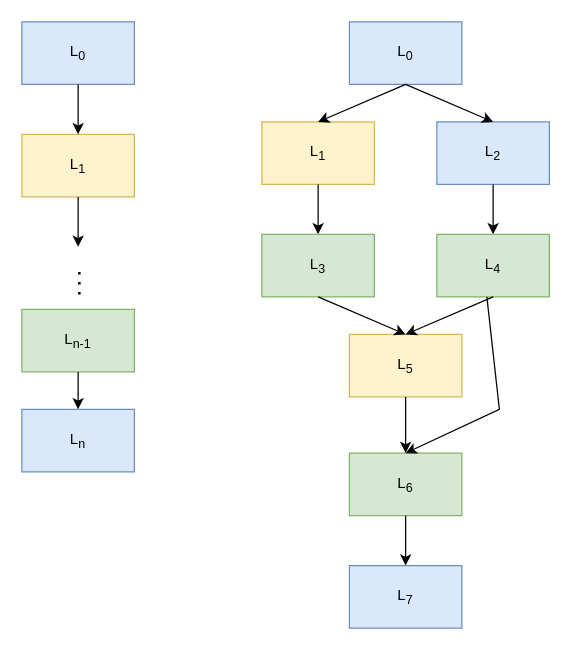
Before: page "Page-3" (3 of 8) of paper/seminar.drawio in duclos-cavalcanti/tum-msei-seminar, a draw.io diagram. Source tidied: cells renumbered, new cells numbered last; positions are measured from the earlier drawing's top-left corner, leaving out a move shared by most shapes. Both pictures are drawn from the tidied source at 125%, with x=0, y=0 at pixel (21, 21).
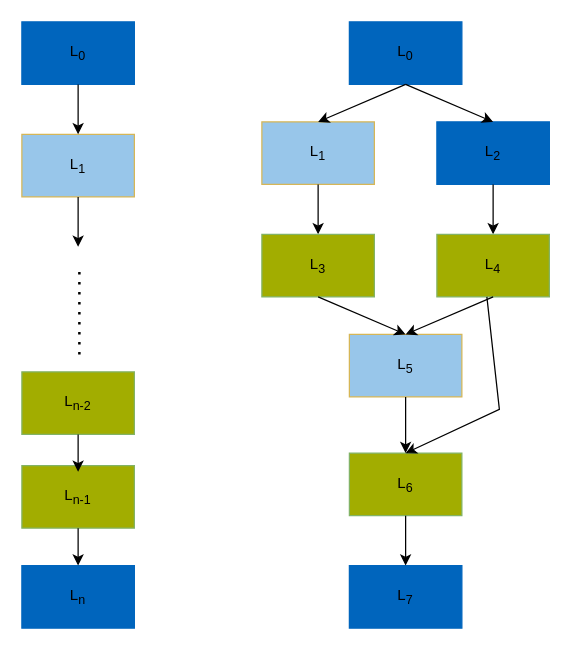
The same diagram, later.

The edit, as a diff of the source:
```diff
@@
-    <mxCell id="2" value="L&lt;sub&gt;0&lt;/sub&gt;" style="rounded=0;whiteSpace=wrap;html=1;fillColor=#dae8fc;strokeColor=#6c8ebf;" parent="1" vertex="1">
+    <mxCell id="2" value="L&lt;sub&gt;0&lt;/sub&gt;" style="rounded=0;whiteSpace=wrap;html=1;fillColor=#0065BD;strokeColor=#0065BD;" parent="1" vertex="1">
       <mxGeometry width="90" height="50" as="geometry" />
     </mxCell>
-    <mxCell id="3" value="L&lt;sub&gt;1&lt;/sub&gt;" style="rounded=0;whiteSpace=wrap;html=1;fillColor=#fff2cc;strokeColor=#d6b656;" parent="1" vertex="1">
+    <mxCell id="3" value="L&lt;sub&gt;1&lt;/sub&gt;" style="rounded=0;whiteSpace=wrap;html=1;fillColor=#98c6ea;strokeColor=#d6b656;" parent="1" vertex="1">
       <mxGeometry y="90" width="90" height="50" as="geometry" />
     </mxCell>
-    <mxCell id="4" value="L&lt;sub&gt;n-1&lt;/sub&gt;" style="rounded=0;whiteSpace=wrap;html=1;fillColor=#d5e8d4;strokeColor=#82b366;" parent="1" vertex="1">
-      <mxGeometry y="230" width="90" height="50" as="geometry" />
+    <mxCell id="4" value="L&lt;sub&gt;n-1&lt;/sub&gt;" style="rounded=0;whiteSpace=wrap;html=1;fillColor=#a2ad00;strokeColor=#82b366;" parent="1" vertex="1">
+      <mxGeometry y="355" width="90" height="50" as="geometry" />
     </mxCell>
-    <mxCell id="5" value="L&lt;sub&gt;n&lt;/sub&gt;" style="rounded=0;whiteSpace=wrap;html=1;fillColor=#dae8fc;strokeColor=#6c8ebf;" parent="1" vertex="1">
-      <mxGeometry y="310" width="90" height="50" as="geometry" />
+    <mxCell id="5" value="L&lt;sub&gt;n&lt;/sub&gt;" style="rounded=0;whiteSpace=wrap;html=1;fillColor=#0065BD;strokeColor=#0065BD;" parent="1" vertex="1">
+      <mxGeometry y="435" width="90" height="50" as="geometry" />
     </mxCell>
@@
     <mxCell id="9" style="endArrow=none;dashed=1;html=1;dashPattern=1 3;strokeWidth=2;rounded=0;" parent="1" edge="1">
       <mxGeometry relative="1" as="geometry">
         <mxPoint x="46" y="200" as="sourcePoint" />
-        <mxPoint x="46" y="220" as="targetPoint" />
+        <mxPoint x="46" y="270" as="targetPoint" />
       </mxGeometry>
     </mxCell>
-    <mxCell id="10" value="L&lt;sub&gt;0&lt;/sub&gt;" style="rounded=0;whiteSpace=wrap;html=1;fillColor=#dae8fc;strokeColor=#6c8ebf;" parent="1" vertex="1">
+    <mxCell id="10" value="L&lt;sub&gt;0&lt;/sub&gt;" style="rounded=0;whiteSpace=wrap;html=1;fillColor=#0065BD;strokeColor=#0065BD;" parent="1" vertex="1">
       <mxGeometry x="262" width="90" height="50" as="geometry" />
     </mxCell>
-    <mxCell id="11" value="L&lt;sub&gt;1&lt;/sub&gt;" style="rounded=0;whiteSpace=wrap;html=1;fillColor=#fff2cc;strokeColor=#d6b656;" parent="1" vertex="1">
+    <mxCell id="11" value="L&lt;sub&gt;1&lt;/sub&gt;" style="rounded=0;whiteSpace=wrap;html=1;fillColor=#98c6ea;strokeColor=#d6b656;" parent="1" vertex="1">
       <mxGeometry x="192" y="80" width="90" height="50" as="geometry" />
     </mxCell>
-    <mxCell id="12" value="L&lt;sub&gt;6&lt;/sub&gt;" style="rounded=0;whiteSpace=wrap;html=1;fillColor=#d5e8d4;strokeColor=#82b366;" parent="1" vertex="1">
+    <mxCell id="12" value="L&lt;sub&gt;6&lt;/sub&gt;" style="rounded=0;whiteSpace=wrap;html=1;fillColor=#a2ad00;strokeColor=#82b366;" parent="1" vertex="1">
       <mxGeometry x="262" y="345" width="90" height="50" as="geometry" />
     </mxCell>
-    <mxCell id="13" value="L&lt;sub&gt;7&lt;/sub&gt;" style="rounded=0;whiteSpace=wrap;html=1;fillColor=#dae8fc;strokeColor=#6c8ebf;" parent="1" vertex="1">
+    <mxCell id="13" value="L&lt;sub&gt;7&lt;/sub&gt;" style="rounded=0;whiteSpace=wrap;html=1;fillColor=#0065BD;strokeColor=#0065BD;" parent="1" vertex="1">
       <mxGeometry x="262" y="435" width="90" height="50" as="geometry" />
     </mxCell>
@@
-    <mxCell id="17" value="L&lt;sub&gt;2&lt;/sub&gt;" style="rounded=0;whiteSpace=wrap;html=1;fillColor=#dae8fc;strokeColor=#6c8ebf;" parent="1" vertex="1">
+    <mxCell id="17" value="L&lt;sub&gt;2&lt;/sub&gt;" style="rounded=0;whiteSpace=wrap;html=1;fillColor=#0065BD;strokeColor=#0065BD;" parent="1" vertex="1">
       <mxGeometry x="332" y="80" width="90" height="50" as="geometry" />
     </mxCell>
@@
-    <mxCell id="19" value="L&lt;sub&gt;3&lt;/sub&gt;" style="rounded=0;whiteSpace=wrap;html=1;fillColor=#d5e8d4;strokeColor=#82b366;" parent="1" vertex="1">
+    <mxCell id="19" value="L&lt;sub&gt;3&lt;/sub&gt;" style="rounded=0;whiteSpace=wrap;html=1;fillColor=#a2ad00;strokeColor=#82b366;" parent="1" vertex="1">
       <mxGeometry x="192" y="170" width="90" height="50" as="geometry" />
     </mxCell>
-    <mxCell id="20" value="L&lt;sub&gt;4&lt;/sub&gt;" style="rounded=0;whiteSpace=wrap;html=1;fillColor=#d5e8d4;strokeColor=#82b366;" parent="1" vertex="1">
+    <mxCell id="20" value="L&lt;sub&gt;4&lt;/sub&gt;" style="rounded=0;whiteSpace=wrap;html=1;fillColor=#a2ad00;strokeColor=#82b366;" parent="1" vertex="1">
       <mxGeometry x="332" y="170" width="90" height="50" as="geometry" />
     </mxCell>
-    <mxCell id="21" value="L&lt;sub&gt;5&lt;/sub&gt;" style="rounded=0;whiteSpace=wrap;html=1;fillColor=#fff2cc;strokeColor=#d6b656;" parent="1" vertex="1">
+    <mxCell id="21" value="L&lt;sub&gt;5&lt;/sub&gt;" style="rounded=0;whiteSpace=wrap;html=1;fillColor=#98c6ea;strokeColor=#d6b656;" parent="1" vertex="1">
       <mxGeometry x="262" y="250" width="90" height="50" as="geometry" />
     </mxCell>
@@
+    <mxCell id="27" value="L&lt;sub&gt;n-2&lt;/sub&gt;" style="rounded=0;whiteSpace=wrap;html=1;fillColor=#a2ad00;strokeColor=#82b366;" parent="1" vertex="1">
+      <mxGeometry y="280" width="90" height="50" as="geometry" />
+    </mxCell>
+    <mxCell id="28" style="endArrow=classic;html=1;rounded=0;exitX=0.5;exitY=1;exitDx=0;exitDy=0;" parent="1" edge="1" source="27">
+      <mxGeometry relative="1" as="geometry">
+        <mxPoint x="45" y="360" as="targetPoint" />
+      </mxGeometry>
+    </mxCell>
```
